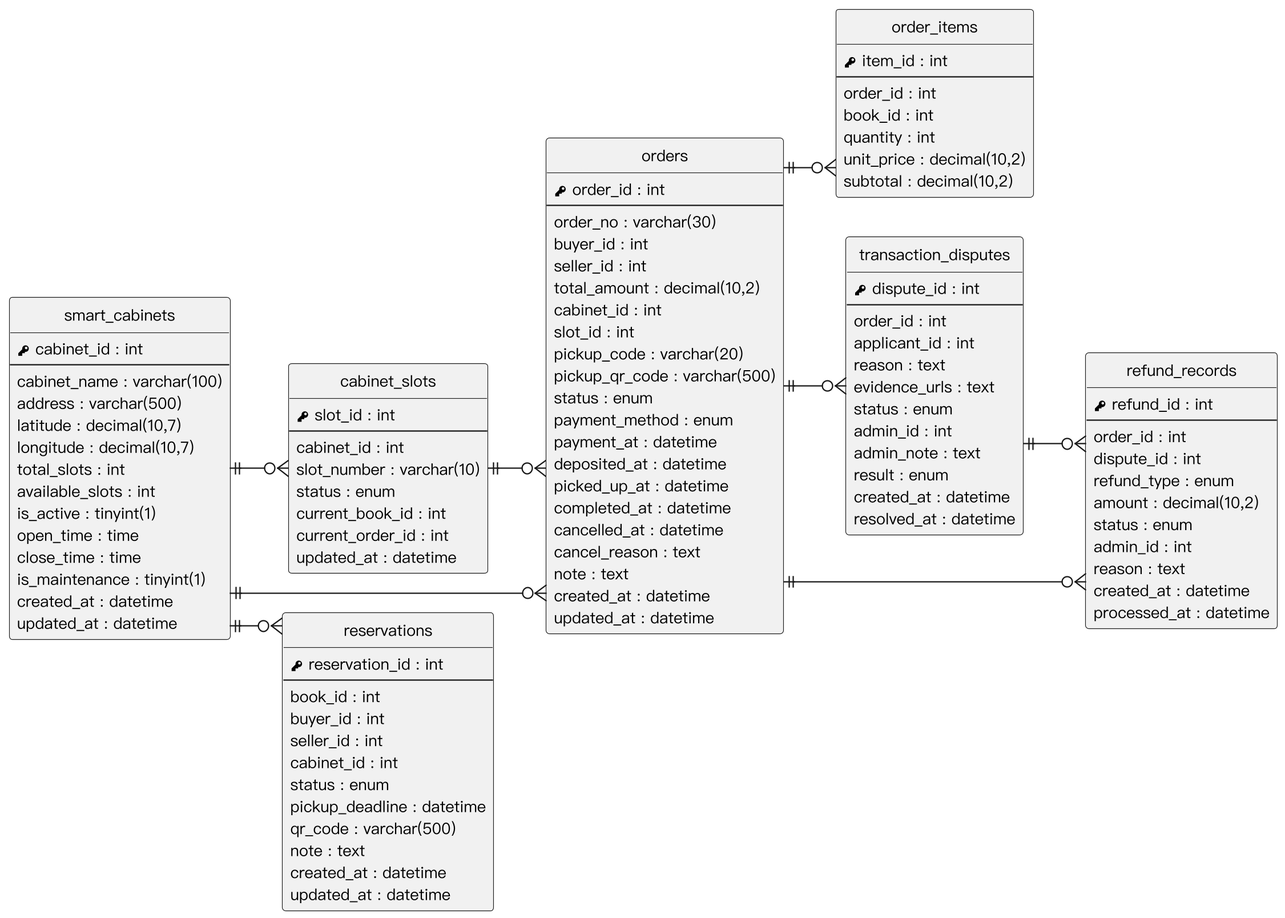
The PlantUML diagram Diagrams/Relational Tables/v3/er_orders.png in SaveMyBook/SaveMyBook, before a commit.
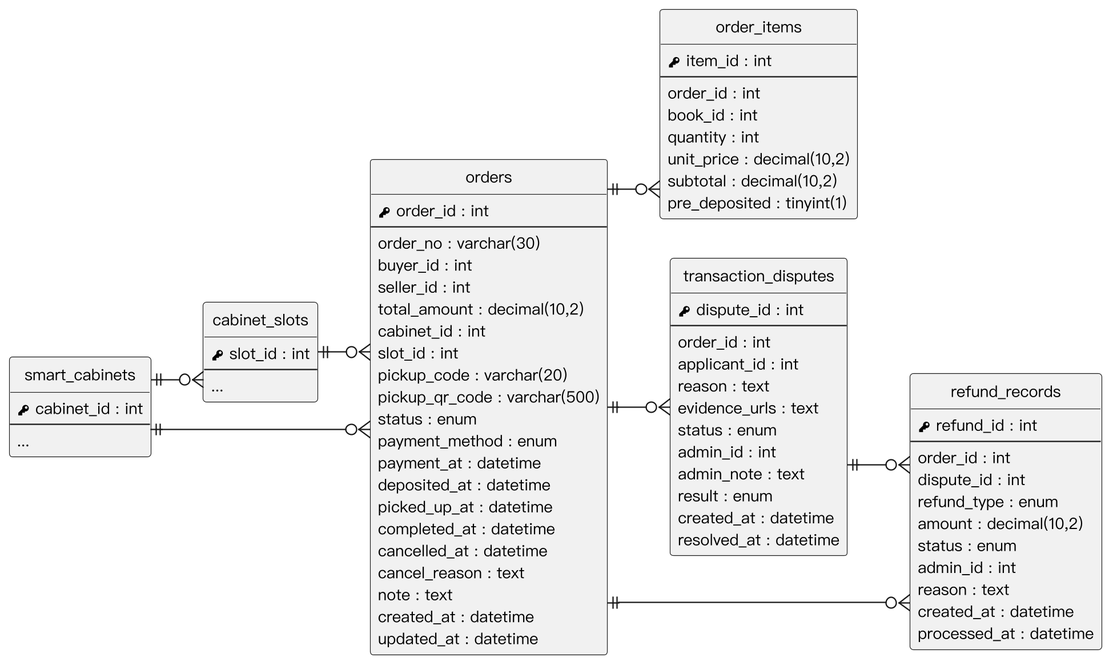
After the change.

Diff of the diagram source:
```diff
@@ -11,6 +11,16 @@
 hide empty methods
 left to right direction
 
+entity "smart_cabinets" as smart_cabinets {
+  {field} <&key> cabinet_id : int
+  --
+  ...
+}
+entity "cabinet_slots" as cabinet_slots {
+  {field} <&key> slot_id : int
+  --
+  ...
+}
 entity "orders" as orders {
   {field} <&key> order_id : int
   --
@@ -42,46 +52,7 @@
   {field} quantity : int
   {field} unit_price : decimal(10,2)
   {field} subtotal : decimal(10,2)
-}
-entity "smart_cabinets" as smart_cabinets {
-  {field} <&key> cabinet_id : int
-  --
-  {field} cabinet_name : varchar(100)
-  {field} address : varchar(500)
-  {field} latitude : decimal(10,7)
-  {field} longitude : decimal(10,7)
-  {field} total_slots : int
-  {field} available_slots : int
-  {field} is_active : tinyint(1)
-  {field} open_time : time
-  {field} close_time : time
-  {field} is_maintenance : tinyint(1)
-  {field} created_at : datetime
-  {field} updated_at : datetime
-}
-entity "cabinet_slots" as cabinet_slots {
-  {field} <&key> slot_id : int
-  --
-  {field} cabinet_id : int
-  {field} slot_number : varchar(10)
-  {field} status : enum
-  {field} current_book_id : int
-  {field} current_order_id : int
-  {field} updated_at : datetime
-}
-entity "reservations" as reservations {
-  {field} <&key> reservation_id : int
-  --
-  {field} book_id : int
-  {field} buyer_id : int
-  {field} seller_id : int
-  {field} cabinet_id : int
-  {field} status : enum
-  {field} pickup_deadline : datetime
-  {field} qr_code : varchar(500)
-  {field} note : text
-  {field} created_at : datetime
-  {field} updated_at : datetime
+  {field} pre_deposited : tinyint(1)
 }
 entity "transaction_disputes" as transaction_disputes {
   {field} <&key> dispute_id : int
@@ -110,11 +81,10 @@
   {field} created_at : datetime
   {field} processed_at : datetime
 }
+smart_cabinets ||--o{ cabinet_slots
 smart_cabinets ||--o{ orders
 cabinet_slots ||--o{ orders
 orders ||--o{ order_items
-smart_cabinets ||--o{ cabinet_slots
-smart_cabinets ||--o{ reservations
 orders ||--o{ transaction_disputes
 transaction_disputes ||--o{ refund_records
 orders ||--o{ refund_records
```
